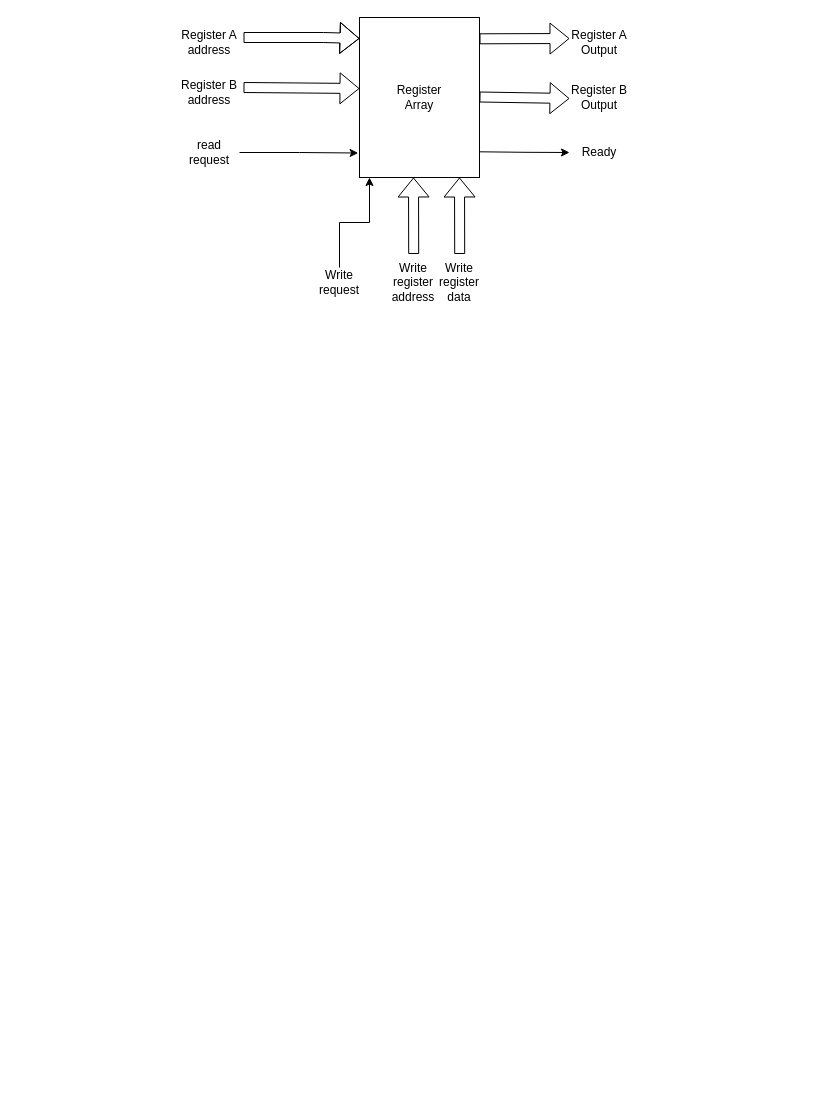
Earlier version of the draw.io diagram diagrams/decode_stage.drawio (vittorio01/CustomCPU). Source tidied: cells renumbered, new cells numbered last; positions are measured from the earlier drawing's top-left corner, leaving out a move shared by most shapes. Both pictures are drawn from the tidied source at 100%, with x=0, y=0 at pixel (179, 17).
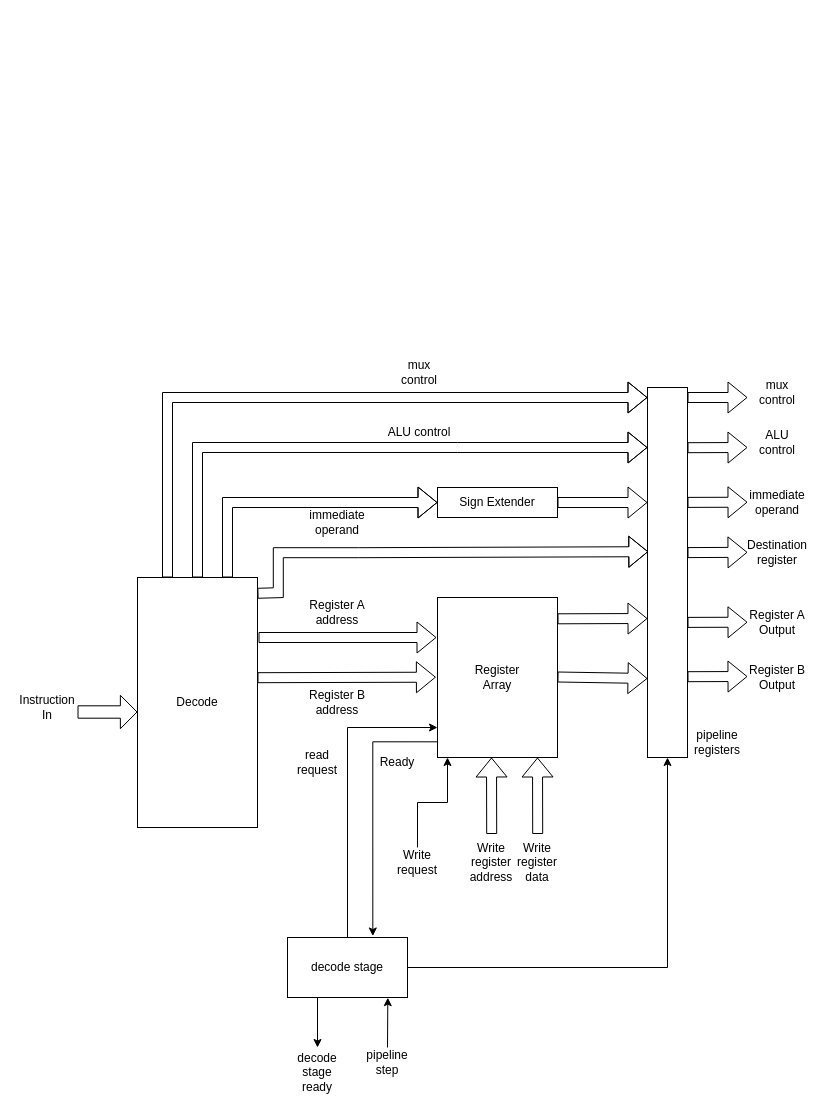
The same page after the edit.

Diff of the diagram source:
```diff
@@
     <mxCell id="2" value="&lt;div&gt;Register&lt;/div&gt;&lt;div&gt;Array&lt;br&gt;&lt;/div&gt;" style="rounded=0;whiteSpace=wrap;html=1;" parent="1" vertex="1">
-      <mxGeometry x="180" width="120" height="160" as="geometry" />
+      <mxGeometry x="258" y="580" width="120" height="160" as="geometry" />
     </mxCell>
-    <mxCell id="3" style="shape=flexArrow;endArrow=classic;html=1;rounded=0;entryX=-0.033;entryY=0.131;entryDx=0;entryDy=0;entryPerimeter=0;" parent="1" edge="1">
-      <mxGeometry relative="1" as="geometry">
-        <mxPoint x="64" y="20" as="sourcePoint" />
-        <mxPoint x="180" y="21" as="targetPoint" />
-        <Array as="points">
-          <mxPoint x="144" y="20" />
-        </Array>
-      </mxGeometry>
-    </mxCell>
-    <mxCell id="4" style="shape=flexArrow;endArrow=classic;html=1;rounded=0;entryX=-0.033;entryY=0.131;entryDx=0;entryDy=0;entryPerimeter=0;" parent="1" edge="1">
-      <mxGeometry relative="1" as="geometry">
-        <mxPoint x="64" y="70" as="sourcePoint" />
-        <mxPoint x="180" y="71" as="targetPoint" />
-      </mxGeometry>
-    </mxCell>
     <mxCell id="5" style="shape=flexArrow;endArrow=classic;html=1;rounded=0;entryX=0.332;entryY=1.022;entryDx=0;entryDy=0;entryPerimeter=0;" parent="1" edge="1">
       <mxGeometry relative="1" as="geometry">
-        <mxPoint x="234.2" y="236.5" as="sourcePoint" />
-        <mxPoint x="234" y="160" as="targetPoint" />
+        <mxPoint x="312.2" y="816.5" as="sourcePoint" />
+        <mxPoint x="312" y="740" as="targetPoint" />
       </mxGeometry>
     </mxCell>
     <mxCell id="6" style="shape=flexArrow;endArrow=classic;html=1;rounded=0;exitX=1.023;exitY=0.133;exitDx=0;exitDy=0;exitPerimeter=0;" parent="1" edge="1">
       <mxGeometry relative="1" as="geometry">
-        <mxPoint x="300" y="21.3" as="sourcePoint" />
-        <mxPoint x="390" y="21" as="targetPoint" />
+        <mxPoint x="378" y="601.3" as="sourcePoint" />
+        <mxPoint x="468" y="601" as="targetPoint" />
       </mxGeometry>
     </mxCell>
     <mxCell id="7" style="shape=flexArrow;endArrow=classic;html=1;rounded=0;" parent="1" edge="1">
       <mxGeometry relative="1" as="geometry">
-        <mxPoint x="300" y="79.5" as="sourcePoint" />
-        <mxPoint x="390" y="81" as="targetPoint" />
+        <mxPoint x="378" y="659.5" as="sourcePoint" />
+        <mxPoint x="468" y="661" as="targetPoint" />
       </mxGeometry>
     </mxCell>
     <mxCell id="8" value="&lt;div&gt;Register A&lt;/div&gt;&lt;div&gt;address&lt;br&gt;&lt;/div&gt;" style="text;html=1;strokeColor=none;fillColor=none;align=center;verticalAlign=middle;whiteSpace=wrap;rounded=0;" parent="1" vertex="1">
-      <mxGeometry y="10" width="60" height="30" as="geometry" />
+      <mxGeometry x="128" y="580" width="60" height="30" as="geometry" />
     </mxCell>
     <mxCell id="9" value="&lt;div&gt;Register B&lt;br&gt;&lt;/div&gt;&lt;div&gt;address&lt;br&gt;&lt;/div&gt;" style="text;html=1;strokeColor=none;fillColor=none;align=center;verticalAlign=middle;whiteSpace=wrap;rounded=0;" parent="1" vertex="1">
-      <mxGeometry y="60" width="60" height="30" as="geometry" />
+      <mxGeometry x="128" y="670" width="60" height="30" as="geometry" />
     </mxCell>
-    <mxCell id="10" style="edgeStyle=orthogonalEdgeStyle;rounded=0;jettySize=auto;html=1;entryX=-0.011;entryY=0.847;entryDx=0;entryDy=0;entryPerimeter=0;" parent="1" edge="1" source="11" target="2">
-      <mxGeometry relative="1" as="geometry" />
+    <mxCell id="10" style="edgeStyle=orthogonalEdgeStyle;rounded=0;jettySize=auto;html=1;exitX=0.5;exitY=0;exitDx=0;exitDy=0;" parent="1" edge="1" source="39">
+      <mxGeometry relative="1" as="geometry">
+        <mxPoint x="258" y="710" as="targetPoint" />
+        <Array as="points">
+          <mxPoint x="168" y="710" />
+          <mxPoint x="257" y="710" />
+        </Array>
+      </mxGeometry>
     </mxCell>
     <mxCell id="11" value="&lt;div&gt;read &lt;br&gt;&lt;/div&gt;&lt;div&gt;request&lt;br&gt;&lt;/div&gt;" style="text;html=1;strokeColor=none;fillColor=none;align=center;verticalAlign=middle;whiteSpace=wrap;rounded=0;" parent="1" vertex="1">
-      <mxGeometry y="120" width="60" height="30" as="geometry" />
+      <mxGeometry x="108" y="730" width="60" height="30" as="geometry" />
     </mxCell>
     <mxCell id="12" style="edgeStyle=orthogonalEdgeStyle;rounded=0;jettySize=auto;html=1;" parent="1" edge="1" source="13" target="2">
       <mxGeometry relative="1" as="geometry">
         <Array as="points">
-          <mxPoint x="160" y="205" />
-          <mxPoint x="190" y="205" />
+          <mxPoint x="238" y="785" />
+          <mxPoint x="268" y="785" />
         </Array>
       </mxGeometry>
     </mxCell>
     <mxCell id="13" value="Write request" style="text;html=1;strokeColor=none;fillColor=none;align=center;verticalAlign=middle;whiteSpace=wrap;rounded=0;" parent="1" vertex="1">
-      <mxGeometry x="130" y="250" width="60" height="30" as="geometry" />
+      <mxGeometry x="208" y="830" width="60" height="30" as="geometry" />
     </mxCell>
     <mxCell id="14" style="shape=flexArrow;endArrow=classic;html=1;rounded=0;entryX=0.332;entryY=1.022;entryDx=0;entryDy=0;entryPerimeter=0;" parent="1" edge="1">
       <mxGeometry relative="1" as="geometry">
-        <mxPoint x="280.2" y="236.5" as="sourcePoint" />
-        <mxPoint x="280" y="160" as="targetPoint" />
+        <mxPoint x="358.2" y="816.5" as="sourcePoint" />
+        <mxPoint x="358" y="740" as="targetPoint" />
       </mxGeometry>
     </mxCell>
     <mxCell id="15" value="&lt;div&gt;Write register&lt;/div&gt;&lt;div&gt;address&lt;br&gt;&lt;/div&gt;" style="text;html=1;strokeColor=none;fillColor=none;align=center;verticalAlign=middle;whiteSpace=wrap;rounded=0;" parent="1" vertex="1">
-      <mxGeometry x="204" y="250" width="60" height="30" as="geometry" />
+      <mxGeometry x="282" y="830" width="60" height="30" as="geometry" />
     </mxCell>
     <mxCell id="16" value="&lt;div&gt;Write register&lt;/div&gt;&lt;div&gt;data&lt;br&gt;&lt;/div&gt;" style="text;html=1;strokeColor=none;fillColor=none;align=center;verticalAlign=middle;whiteSpace=wrap;rounded=0;" parent="1" vertex="1">
-      <mxGeometry x="250" y="250" width="60" height="30" as="geometry" />
+      <mxGeometry x="328" y="830" width="60" height="30" as="geometry" />
     </mxCell>
     <mxCell id="17" value="&lt;div&gt;Register A&lt;/div&gt;&lt;div&gt;Output&lt;br&gt;&lt;/div&gt;" style="text;html=1;strokeColor=none;fillColor=none;align=center;verticalAlign=middle;whiteSpace=wrap;rounded=0;" parent="1" vertex="1">
-      <mxGeometry x="390" y="10" width="60" height="30" as="geometry" />
+      <mxGeometry x="568" y="590" width="60" height="30" as="geometry" />
     </mxCell>
     <mxCell id="18" value="&lt;div&gt;Register B&lt;/div&gt;&lt;div&gt;Output&lt;br&gt;&lt;/div&gt;" style="text;html=1;strokeColor=none;fillColor=none;align=center;verticalAlign=middle;whiteSpace=wrap;rounded=0;" parent="1" vertex="1">
-      <mxGeometry x="390" y="65" width="60" height="30" as="geometry" />
+      <mxGeometry x="568" y="645" width="60" height="30" as="geometry" />
     </mxCell>
-    <mxCell id="19" style="edgeStyle=orthogonalEdgeStyle;rounded=0;orthogonalLoop=1;jettySize=auto;html=1;" parent="1" edge="1">
+    <mxCell id="19" style="edgeStyle=orthogonalEdgeStyle;rounded=0;jettySize=auto;html=1;entryX=0.711;entryY=-0.025;entryDx=0;entryDy=0;entryPerimeter=0;exitX=-0.004;exitY=0.902;exitDx=0;exitDy=0;exitPerimeter=0;" parent="1" edge="1" source="2" target="39">
       <mxGeometry relative="1" as="geometry">
-        <mxPoint x="300" y="134.3" as="sourcePoint" />
-        <mxPoint x="390" y="135" as="targetPoint" />
+        <Array as="points">
+          <mxPoint x="193" y="724" />
+        </Array>
       </mxGeometry>
     </mxCell>
     <mxCell id="20" value="&lt;div&gt;Ready&lt;br&gt;&lt;/div&gt;" style="text;html=1;strokeColor=none;fillColor=none;align=center;verticalAlign=middle;whiteSpace=wrap;rounded=0;" parent="1" vertex="1">
-      <mxGeometry x="390" y="120" width="60" height="30" as="geometry" />
+      <mxGeometry x="188" y="730" width="60" height="30" as="geometry" />
     </mxCell>
+    <mxCell id="21" value="Decode" style="rounded=0;whiteSpace=wrap;html=1;" parent="1" vertex="1">
+      <mxGeometry x="-42" y="560" width="120" height="250" as="geometry" />
+    </mxCell>
+    <mxCell id="22" style="shape=flexArrow;endArrow=classic;html=1;rounded=0;width=12.38095238095238;endSize=5.209523809523809;" parent="1" edge="1">
+      <mxGeometry relative="1" as="geometry">
+        <mxPoint x="-102" y="694.5" as="sourcePoint" />
+        <mxPoint x="-42" y="694.5" as="targetPoint" />
+      </mxGeometry>
+    </mxCell>
+    <mxCell id="23" value="&lt;div&gt;Instruction&lt;/div&gt;&lt;div&gt;In&lt;br&gt;&lt;/div&gt;" style="text;html=1;strokeColor=none;fillColor=none;align=center;verticalAlign=middle;whiteSpace=wrap;rounded=0;" parent="1" vertex="1">
+      <mxGeometry x="-162" y="675" width="60" height="30" as="geometry" />
+    </mxCell>
+    <mxCell id="24" style="shape=flexArrow;endArrow=classic;html=1;rounded=0;entryX=0;entryY=0.5;entryDx=0;entryDy=0;exitX=1.013;exitY=0.35;exitDx=0;exitDy=0;exitPerimeter=0;" parent="1" edge="1">
+      <mxGeometry relative="1" as="geometry">
+        <mxPoint x="78" y="660.2" as="sourcePoint" />
+        <mxPoint x="256.4" y="659.7" as="targetPoint" />
+      </mxGeometry>
+    </mxCell>
+    <mxCell id="25" style="shape=flexArrow;endArrow=classic;html=1;rounded=0;entryX=0;entryY=0.5;entryDx=0;entryDy=0;exitX=1.013;exitY=0.35;exitDx=0;exitDy=0;exitPerimeter=0;" parent="1" edge="1">
+      <mxGeometry relative="1" as="geometry">
+        <mxPoint x="79" y="620" as="sourcePoint" />
+        <mxPoint x="257" y="620" as="targetPoint" />
+      </mxGeometry>
+    </mxCell>
+    <mxCell id="26" value="Sign Extender" style="rounded=0;whiteSpace=wrap;html=1;" parent="1" vertex="1">
+      <mxGeometry x="258" y="470" width="120" height="30" as="geometry" />
+    </mxCell>
+    <mxCell id="27" style="shape=flexArrow;endArrow=classic;html=1;rounded=0;exitX=0.75;exitY=0;exitDx=0;exitDy=0;entryX=0;entryY=0.5;entryDx=0;entryDy=0;" parent="1" edge="1" target="26">
+      <mxGeometry relative="1" as="geometry">
+        <mxPoint x="48" y="560" as="sourcePoint" />
+        <Array as="points">
+          <mxPoint x="48" y="485" />
+        </Array>
+      </mxGeometry>
+    </mxCell>
+    <mxCell id="28" style="shape=flexArrow;endArrow=classic;html=1;rounded=0;exitX=1;exitY=0.5;exitDx=0;exitDy=0;" parent="1" edge="1" source="26">
+      <mxGeometry relative="1" as="geometry">
+        <mxPoint x="468" y="485" as="targetPoint" />
+      </mxGeometry>
+    </mxCell>
+    <mxCell id="29" style="shape=flexArrow;endArrow=classic;html=1;rounded=0;" parent="1" edge="1">
+      <mxGeometry relative="1" as="geometry">
+        <mxPoint x="18" y="560" as="sourcePoint" />
+        <mxPoint x="468" y="430" as="targetPoint" />
+        <Array as="points">
+          <mxPoint x="18" y="430" />
+          <mxPoint x="278" y="430" />
+        </Array>
+      </mxGeometry>
+    </mxCell>
+    <mxCell id="30" value="ALU control" style="text;html=1;strokeColor=none;fillColor=none;align=center;verticalAlign=middle;whiteSpace=wrap;rounded=0;" parent="1" vertex="1">
+      <mxGeometry x="202" y="400" width="76" height="30" as="geometry" />
+    </mxCell>
+    <mxCell id="31" style="rounded=0;whiteSpace=wrap;html=1;" parent="1" vertex="1">
+      <mxGeometry x="468" y="370" width="40" height="370" as="geometry" />
+    </mxCell>
+    <mxCell id="32" value="&lt;div&gt;pipeline&lt;/div&gt;&lt;div&gt;registers&lt;br&gt;&lt;/div&gt;" style="text;html=1;strokeColor=none;fillColor=none;align=center;verticalAlign=middle;whiteSpace=wrap;rounded=0;" parent="1" vertex="1">
+      <mxGeometry x="508" y="710" width="60" height="30" as="geometry" />
+    </mxCell>
+    <mxCell id="33" style="shape=flexArrow;endArrow=classic;html=1;rounded=0;" parent="1" edge="1">
+      <mxGeometry relative="1" as="geometry">
+        <mxPoint x="508" y="659.2" as="sourcePoint" />
+        <mxPoint x="568" y="659" as="targetPoint" />
+      </mxGeometry>
+    </mxCell>
+    <mxCell id="34" style="shape=flexArrow;endArrow=classic;html=1;rounded=0;" parent="1" edge="1">
+      <mxGeometry relative="1" as="geometry">
+        <mxPoint x="508" y="604.9" as="sourcePoint" />
+        <mxPoint x="568" y="604.7" as="targetPoint" />
+      </mxGeometry>
+    </mxCell>
+    <mxCell id="35" style="shape=flexArrow;endArrow=classic;html=1;rounded=0;" parent="1" edge="1">
+      <mxGeometry relative="1" as="geometry">
+        <mxPoint x="508" y="484.9" as="sourcePoint" />
+        <mxPoint x="568" y="484.7" as="targetPoint" />
+      </mxGeometry>
+    </mxCell>
+    <mxCell id="36" style="shape=flexArrow;endArrow=classic;html=1;rounded=0;" parent="1" edge="1">
+      <mxGeometry relative="1" as="geometry">
+        <mxPoint x="508" y="430.2" as="sourcePoint" />
+        <mxPoint x="568" y="430" as="targetPoint" />
+      </mxGeometry>
+    </mxCell>
+    <mxCell id="37" value="&lt;div&gt;immediate&lt;/div&gt;&lt;div&gt;operand&lt;br&gt;&lt;/div&gt;" style="text;html=1;strokeColor=none;fillColor=none;align=center;verticalAlign=middle;whiteSpace=wrap;rounded=0;" parent="1" vertex="1">
+      <mxGeometry x="568" y="470" width="60" height="30" as="geometry" />
+    </mxCell>
+    <mxCell id="38" value="ALU control" style="text;html=1;strokeColor=none;fillColor=none;align=center;verticalAlign=middle;whiteSpace=wrap;rounded=0;" parent="1" vertex="1">
+      <mxGeometry x="568" y="410" width="60" height="30" as="geometry" />
+    </mxCell>
+    <mxCell id="39" value="&lt;div&gt;decode stage &lt;/div&gt;" style="rounded=0;whiteSpace=wrap;html=1;" parent="1" vertex="1">
+      <mxGeometry x="108" y="920" width="120" height="60" as="geometry" />
+    </mxCell>
+    <mxCell id="40" style="endArrow=classic;html=1;rounded=0;entryX=0.836;entryY=1.003;entryDx=0;entryDy=0;entryPerimeter=0;" parent="1" edge="1" target="39">
+      <mxGeometry relative="1" as="geometry">
+        <mxPoint x="208" y="1030" as="sourcePoint" />
+      </mxGeometry>
+    </mxCell>
+    <mxCell id="41" style="endArrow=classic;html=1;rounded=0;entryX=0.5;entryY=1;entryDx=0;entryDy=0;" parent="1" edge="1" target="31">
+      <mxGeometry relative="1" as="geometry">
+        <mxPoint x="228" y="950" as="sourcePoint" />
+        <Array as="points">
+          <mxPoint x="488" y="950" />
+        </Array>
+      </mxGeometry>
+    </mxCell>
+    <mxCell id="42" style="endArrow=classic;html=1;rounded=0;exitX=0.25;exitY=1;exitDx=0;exitDy=0;" parent="1" edge="1" source="39">
+      <mxGeometry relative="1" as="geometry">
+        <mxPoint x="138" y="1030" as="targetPoint" />
+      </mxGeometry>
+    </mxCell>
+    <mxCell id="43" value="&lt;div&gt;pipeline&lt;/div&gt;&lt;div&gt;step&lt;br&gt;&lt;/div&gt;" style="text;html=1;strokeColor=none;fillColor=none;align=center;verticalAlign=middle;whiteSpace=wrap;rounded=0;" parent="1" vertex="1">
+      <mxGeometry x="178" y="1030" width="60" height="30" as="geometry" />
+    </mxCell>
+    <mxCell id="44" value="&lt;div&gt;decode stage&lt;/div&gt;&lt;div&gt;ready&lt;br&gt;&lt;/div&gt;" style="text;html=1;strokeColor=none;fillColor=none;align=center;verticalAlign=middle;whiteSpace=wrap;rounded=0;" parent="1" vertex="1">
+      <mxGeometry x="108" y="1040" width="60" height="30" as="geometry" />
+    </mxCell>
+    <mxCell id="45" style="shape=flexArrow;endArrow=classic;html=1;rounded=0;" parent="1" edge="1">
+      <mxGeometry relative="1" as="geometry">
+        <mxPoint x="-12" y="560" as="sourcePoint" />
+        <mxPoint x="468" y="380" as="targetPoint" />
+        <Array as="points">
+          <mxPoint x="-12" y="380" />
+        </Array>
+      </mxGeometry>
+    </mxCell>
+    <mxCell id="46" style="shape=flexArrow;endArrow=classic;html=1;rounded=0;" parent="1" edge="1">
+      <mxGeometry relative="1" as="geometry">
+        <mxPoint x="508" y="380" as="sourcePoint" />
+        <mxPoint x="568" y="380" as="targetPoint" />
+      </mxGeometry>
+    </mxCell>
+    <mxCell id="47" value="mux control" style="text;html=1;strokeColor=none;fillColor=none;align=center;verticalAlign=middle;whiteSpace=wrap;rounded=0;" parent="1" vertex="1">
+      <mxGeometry x="568" y="360" width="60" height="30" as="geometry" />
+    </mxCell>
+    <mxCell id="48" value="mux control" style="text;html=1;strokeColor=none;fillColor=none;align=center;verticalAlign=middle;whiteSpace=wrap;rounded=0;" parent="1" vertex="1">
+      <mxGeometry x="210" y="340" width="60" height="30" as="geometry" />
+    </mxCell>
+    <mxCell id="49" value="&lt;div&gt;immediate&lt;/div&gt;&lt;div&gt;operand&lt;br&gt;&lt;/div&gt;" style="text;html=1;strokeColor=none;fillColor=none;align=center;verticalAlign=middle;whiteSpace=wrap;rounded=0;" parent="1" vertex="1">
+      <mxGeometry x="128" y="490" width="60" height="30" as="geometry" />
+    </mxCell>
+    <mxCell id="50" style="shape=flexArrow;endArrow=classic;html=1;rounded=0;exitX=1.01;exitY=0.082;exitDx=0;exitDy=0;exitPerimeter=0;" parent="1" edge="1">
+      <mxGeometry relative="1" as="geometry">
+        <mxPoint x="78" y="575.8" as="sourcePoint" />
+        <mxPoint x="468.8" y="534.2" as="targetPoint" />
+        <Array as="points">
+          <mxPoint x="98.8" y="575.2" />
+          <mxPoint x="98.8" y="535.2" />
+          <mxPoint x="178.8" y="535.2" />
+        </Array>
+      </mxGeometry>
+    </mxCell>
+    <mxCell id="51" value="&lt;div&gt;Destination&lt;/div&gt;&lt;div&gt;register&lt;/div&gt;" style="text;html=1;strokeColor=none;fillColor=none;align=center;verticalAlign=middle;whiteSpace=wrap;rounded=0;" parent="1" vertex="1">
+      <mxGeometry x="568" y="520" width="60" height="30" as="geometry" />
+    </mxCell>
+    <mxCell id="52" style="shape=flexArrow;endArrow=classic;html=1;rounded=0;" parent="1" edge="1">
+      <mxGeometry relative="1" as="geometry">
+        <mxPoint x="508" y="535.1" as="sourcePoint" />
+        <mxPoint x="568" y="534.8" as="targetPoint" />
+      </mxGeometry>
+    </mxCell>
```
